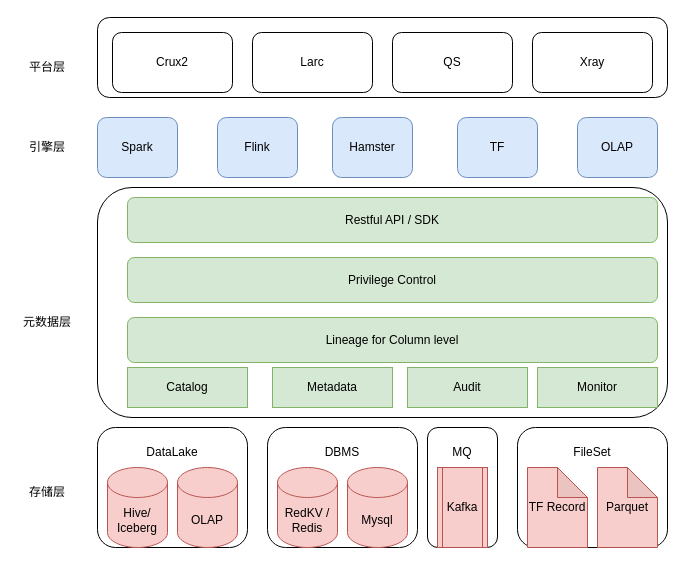
Above: 统一元数据 产品形态.drawio in labud/pictures (draw.io), before the change. Source tidied: cells renumbered, new cells numbered last; positions are measured from the earlier drawing's top-left corner, leaving out a move shared by most shapes. Both pictures are drawn from the tidied source at 100%, with x=0, y=0 at pixel (17, 17).
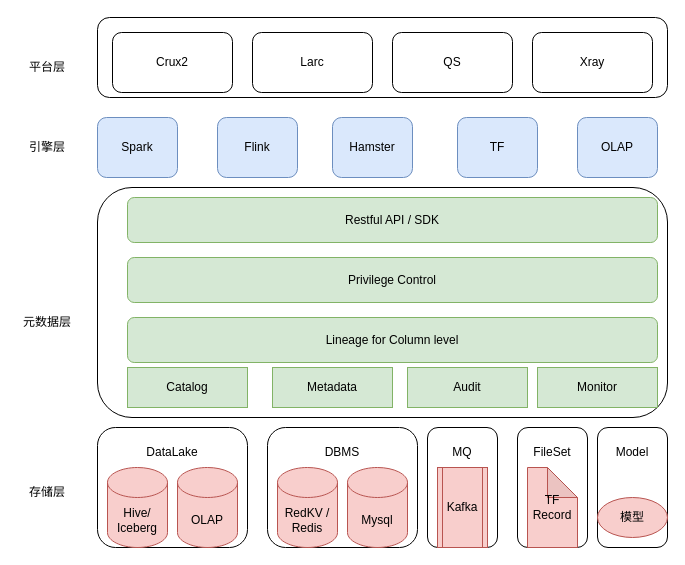
Above is the later version.

Commit message:
Update 统一元数据 产品形态.drawio

Diff of the diagram source:
```diff
@@
     <mxCell id="2" style="rounded=1;whiteSpace=wrap;html=1;" parent="1" vertex="1">
-      <mxGeometry x="500" y="410" width="150" height="120" as="geometry" />
+      <mxGeometry x="500" y="410" width="70" height="120" as="geometry" />
     </mxCell>
@@
     <mxCell id="12" value="TF Record" style="shape=note;whiteSpace=wrap;html=1;backgroundOutline=1;darkOpacity=0.05;fillColor=#f8cecc;strokeColor=#b85450;" parent="1" vertex="1">
-      <mxGeometry x="510" y="450" width="60" height="80" as="geometry" />
+      <mxGeometry x="510" y="450" width="50" height="80" as="geometry" />
     </mxCell>
-    <mxCell id="13" value="Parquet" style="shape=note;whiteSpace=wrap;html=1;backgroundOutline=1;darkOpacity=0.05;fillColor=#f8cecc;strokeColor=#b85450;" parent="1" vertex="1">
-      <mxGeometry x="580" y="450" width="60" height="80" as="geometry" />
-    </mxCell>
@@
     <mxCell id="17" value="FileSet" style="text;html=1;align=center;verticalAlign=middle;whiteSpace=wrap;rounded=0;" parent="1" vertex="1">
-      <mxGeometry x="545" y="420" width="60" height="30" as="geometry" />
+      <mxGeometry x="505" y="420" width="60" height="30" as="geometry" />
     </mxCell>
@@
+    <mxCell id="39" style="rounded=1;whiteSpace=wrap;html=1;" parent="1" vertex="1">
+      <mxGeometry x="580" y="410" width="70" height="120" as="geometry" />
+    </mxCell>
+    <mxCell id="40" value="Model" style="text;html=1;align=center;verticalAlign=middle;whiteSpace=wrap;rounded=0;" parent="1" vertex="1">
+      <mxGeometry x="585" y="420" width="60" height="30" as="geometry" />
+    </mxCell>
+    <mxCell id="41" value="模型" style="ellipse;whiteSpace=wrap;html=1;fillColor=#f8cecc;strokeColor=#b85450;" parent="1" vertex="1">
+      <mxGeometry x="580" y="480" width="70" height="40" as="geometry" />
+    </mxCell>
```
